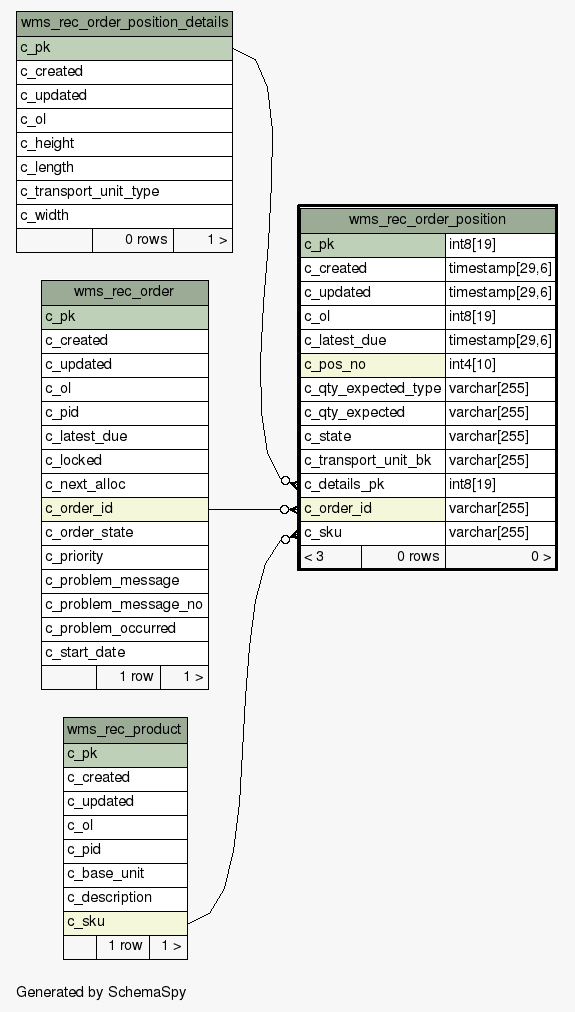
Earlier version of the Graphviz export schemaspy/diagrams/wms_rec_order_position.1degree.png (openwms/org.openwms.wms.receiving.lib). Its source is kept beside it as schemaspy/diagrams/wms_rec_order_position.1degree.dot.
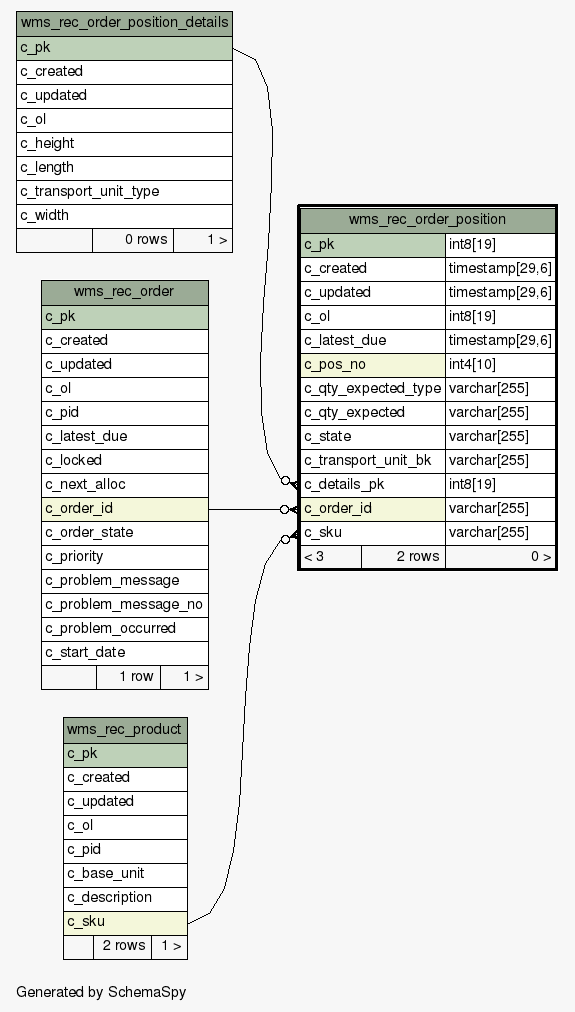
Later version of the same file.

What changed in the source:
```diff
@@ -61,7 +61,7 @@
       <TR><TD PORT="c_details_pk" COLSPAN="2" ALIGN="LEFT">c_details_pk</TD><TD PORT="c_details_pk.type" ALIGN="LEFT">int8[19]</TD></TR>
       <TR><TD PORT="c_order_id" COLSPAN="2" BGCOLOR="#f4f7da" ALIGN="LEFT">c_order_id</TD><TD PORT="c_order_id.type" ALIGN="LEFT">varchar[255]</TD></TR>
       <TR><TD PORT="c_sku" COLSPAN="2" ALIGN="LEFT">c_sku</TD><TD PORT="c_sku.type" ALIGN="LEFT">varchar[255]</TD></TR>
-      <TR><TD ALIGN="LEFT" BGCOLOR="#f7f7f7">&lt; 3</TD><TD ALIGN="RIGHT" BGCOLOR="#f7f7f7">0 rows</TD><TD ALIGN="RIGHT" BGCOLOR="#f7f7f7">0 &gt;</TD></TR>
+      <TR><TD ALIGN="LEFT" BGCOLOR="#f7f7f7">&lt; 3</TD><TD ALIGN="RIGHT" BGCOLOR="#f7f7f7">2 rows</TD><TD ALIGN="RIGHT" BGCOLOR="#f7f7f7">0 &gt;</TD></TR>
     </TABLE>>
     URL="wms_rec_order_position.html"
     tooltip="wms_rec_order_position"
@@ -95,7 +95,7 @@
       <TR><TD PORT="c_base_unit" COLSPAN="3" ALIGN="LEFT">c_base_unit</TD></TR>
       <TR><TD PORT="c_description" COLSPAN="3" ALIGN="LEFT">c_description</TD></TR>
       <TR><TD PORT="c_sku" COLSPAN="3" BGCOLOR="#f4f7da" ALIGN="LEFT">c_sku</TD></TR>
-      <TR><TD ALIGN="LEFT" BGCOLOR="#f7f7f7">  </TD><TD ALIGN="RIGHT" BGCOLOR="#f7f7f7">1 row</TD><TD ALIGN="RIGHT" BGCOLOR="#f7f7f7">1 &gt;</TD></TR>
+      <TR><TD ALIGN="LEFT" BGCOLOR="#f7f7f7">  </TD><TD ALIGN="RIGHT" BGCOLOR="#f7f7f7">2 rows</TD><TD ALIGN="RIGHT" BGCOLOR="#f7f7f7">1 &gt;</TD></TR>
     </TABLE>>
     URL="wms_rec_product.html"
     tooltip="wms_rec_product"
```
